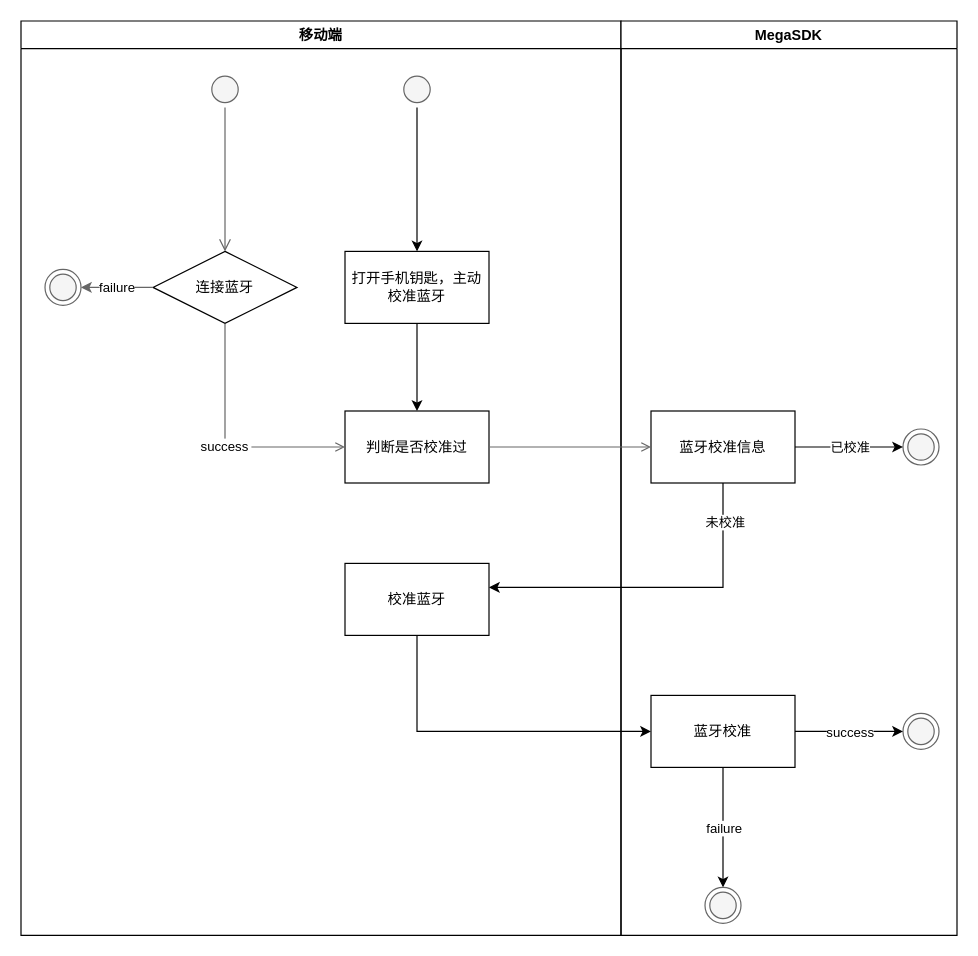
Earlier version of the draw.io diagram 蓝牙校准.drawio (liamxujia/diagrams). Source tidied: cells renumbered, new cells numbered last; positions are measured from the earlier drawing's top-left corner, leaving out a move shared by most shapes. Both pictures are drawn from the tidied source at 120%, with x=0, y=0 at pixel (20, 20).
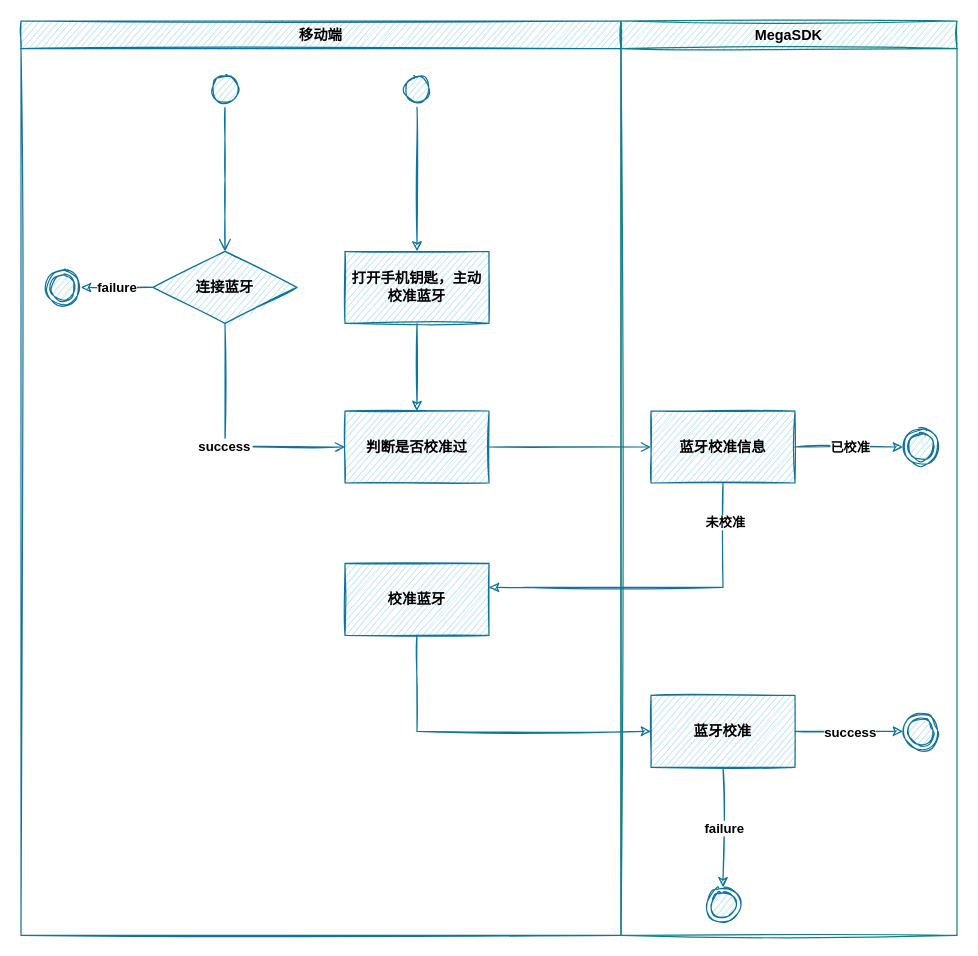
After the change.

Commit message (it also covers changes not shown here):
更新蓝牙校准.drawio

Change to the diagram source:
```diff
@@
-    <mxCell id="2" value="移动端" style="swimlane;whiteSpace=wrap;" parent="1" vertex="1">
+    <mxCell id="2" value="移动端" style="swimlane;whiteSpace=wrap;fontStyle=1;fillColor=#b1ddf0;strokeColor=#10739e;sketch=1;" parent="1" vertex="1">
       <mxGeometry width="500" height="762" as="geometry" />
     </mxCell>
-    <mxCell id="3" style="ellipse;shape=startState;fillColor=#f5f5f5;strokeColor=#666666;fontColor=#333333;" parent="2" vertex="1">
+    <mxCell id="3" style="ellipse;shape=startState;fillColor=#b1ddf0;strokeColor=#10739e;fontStyle=1;sketch=1;" parent="2" vertex="1">
       <mxGeometry x="155" y="42" width="30" height="30" as="geometry" />
     </mxCell>
-    <mxCell id="4" style="edgeStyle=elbowEdgeStyle;elbow=horizontal;verticalAlign=bottom;endArrow=open;endSize=8;strokeColor=#666666;endFill=1;rounded=0;entryX=0.5;entryY=0;entryDx=0;entryDy=0;fillColor=#f5f5f5;" parent="2" edge="1" source="3" target="7">
+    <mxCell id="4" style="edgeStyle=elbowEdgeStyle;elbow=horizontal;verticalAlign=bottom;endArrow=open;endSize=8;strokeColor=#10739e;endFill=1;rounded=0;entryX=0.5;entryY=0;entryDx=0;entryDy=0;fillColor=#b1ddf0;fontStyle=1;sketch=1;" parent="2" edge="1" source="3" target="7">
       <mxGeometry x="100" y="40" as="geometry" />
     </mxCell>
-    <mxCell id="5" value="判断是否校准过" parent="2" vertex="1">
+    <mxCell id="5" value="判断是否校准过" style="fontStyle=1;fillColor=#b1ddf0;strokeColor=#10739e;sketch=1;" parent="2" vertex="1">
       <mxGeometry x="270" y="325" width="120" height="60" as="geometry" />
     </mxCell>
-    <mxCell id="6" value="success" style="endArrow=open;strokeColor=#666666;endFill=1;rounded=0;exitX=0.5;exitY=1;exitDx=0;exitDy=0;fillColor=#f5f5f5;" parent="2" edge="1" source="7" target="5">
+    <mxCell id="6" value="success" style="endArrow=open;strokeColor=#10739e;endFill=1;rounded=0;exitX=0.5;exitY=1;exitDx=0;exitDy=0;fillColor=#b1ddf0;fontStyle=1;sketch=1;" parent="2" edge="1" source="7" target="5">
       <mxGeometry relative="1" as="geometry">
         <Array as="points">
           <mxPoint x="170" y="355" />
         </Array>
       </mxGeometry>
     </mxCell>
-    <mxCell id="7" value="连接蓝牙" style="rhombus;whiteSpace=wrap;html=1;" parent="2" vertex="1">
+    <mxCell id="7" value="连接蓝牙" style="rhombus;whiteSpace=wrap;html=1;fontStyle=1;fillColor=#b1ddf0;strokeColor=#10739e;sketch=1;" parent="2" vertex="1">
       <mxGeometry x="110" y="192" width="120" height="60" as="geometry" />
     </mxCell>
-    <mxCell id="8" style="ellipse;shape=endState;fillColor=#f5f5f5;strokeColor=#666666;fontColor=#333333;" parent="2" vertex="1">
+    <mxCell id="8" style="ellipse;shape=endState;fillColor=#b1ddf0;strokeColor=#10739e;fontStyle=1;sketch=1;" parent="2" vertex="1">
       <mxGeometry x="20" y="207" width="30" height="30" as="geometry" />
     </mxCell>
-    <mxCell id="9" value="failure" style="edgeStyle=orthogonalEdgeStyle;rounded=0;jettySize=auto;html=1;fillColor=#f5f5f5;strokeColor=#666666;entryX=1;entryY=0.5;entryDx=0;entryDy=0;" parent="2" edge="1" source="7" target="8">
+    <mxCell id="9" value="failure" style="edgeStyle=orthogonalEdgeStyle;rounded=0;jettySize=auto;html=1;fillColor=#b1ddf0;strokeColor=#10739e;entryX=1;entryY=0.5;entryDx=0;entryDy=0;fontStyle=1;sketch=1;" parent="2" edge="1" source="7" target="8">
       <mxGeometry relative="1" as="geometry" />
     </mxCell>
-    <mxCell id="10" value="校准蓝牙" style="whiteSpace=wrap;html=1;" parent="2" vertex="1">
+    <mxCell id="10" value="校准蓝牙" style="whiteSpace=wrap;html=1;fontStyle=1;fillColor=#b1ddf0;strokeColor=#10739e;sketch=1;" parent="2" vertex="1">
       <mxGeometry x="270" y="452" width="120" height="60" as="geometry" />
     </mxCell>
-    <mxCell id="11" style="edgeStyle=orthogonalEdgeStyle;rounded=0;jettySize=auto;html=1;exitX=0.5;exitY=1;exitDx=0;exitDy=0;entryX=0.5;entryY=0;entryDx=0;entryDy=0;" parent="2" edge="1" source="12" target="5">
+    <mxCell id="11" style="edgeStyle=orthogonalEdgeStyle;rounded=0;jettySize=auto;html=1;exitX=0.5;exitY=1;exitDx=0;exitDy=0;entryX=0.5;entryY=0;entryDx=0;entryDy=0;fontStyle=1;fillColor=#b1ddf0;strokeColor=#10739e;sketch=1;" parent="2" edge="1" source="12" target="5">
       <mxGeometry relative="1" as="geometry" />
     </mxCell>
-    <mxCell id="12" value="打开手机钥匙，主动校准蓝牙" style="whiteSpace=wrap;html=1;" parent="2" vertex="1">
+    <mxCell id="12" value="打开手机钥匙，主动校准蓝牙" style="whiteSpace=wrap;html=1;fontStyle=1;fillColor=#b1ddf0;strokeColor=#10739e;sketch=1;" parent="2" vertex="1">
       <mxGeometry x="270" y="192" width="120" height="60" as="geometry" />
     </mxCell>
-    <mxCell id="13" style="edgeStyle=orthogonalEdgeStyle;rounded=0;jettySize=auto;html=1;exitX=0.5;exitY=1;exitDx=0;exitDy=0;entryX=0.5;entryY=0;entryDx=0;entryDy=0;" parent="2" edge="1" source="14" target="12">
+    <mxCell id="13" style="edgeStyle=orthogonalEdgeStyle;rounded=0;jettySize=auto;html=1;exitX=0.5;exitY=1;exitDx=0;exitDy=0;entryX=0.5;entryY=0;entryDx=0;entryDy=0;fontStyle=1;fillColor=#b1ddf0;strokeColor=#10739e;sketch=1;" parent="2" edge="1" source="14" target="12">
       <mxGeometry relative="1" as="geometry" />
     </mxCell>
-    <mxCell id="14" style="ellipse;shape=startState;fillColor=#f5f5f5;strokeColor=#666666;fontColor=#333333;" parent="2" vertex="1">
+    <mxCell id="14" style="ellipse;shape=startState;fillColor=#b1ddf0;strokeColor=#10739e;fontStyle=1;sketch=1;" parent="2" vertex="1">
       <mxGeometry x="315" y="42" width="30" height="30" as="geometry" />
     </mxCell>
-    <mxCell id="15" value="MegaSDK" style="swimlane;whiteSpace=wrap;" parent="1" vertex="1">
+    <mxCell id="15" value="MegaSDK" style="swimlane;whiteSpace=wrap;fontStyle=1;fillColor=#b0e3e6;strokeColor=#0e8088;sketch=1;" parent="1" vertex="1">
       <mxGeometry x="500" width="280" height="762" as="geometry" />
     </mxCell>
-    <mxCell id="16" value="蓝牙校准信息" style="direction=west;" parent="15" vertex="1">
+    <mxCell id="16" value="蓝牙校准信息" style="direction=west;fontStyle=1;fillColor=#b1ddf0;strokeColor=#10739e;sketch=1;" parent="15" vertex="1">
       <mxGeometry x="25" y="325" width="120" height="60" as="geometry" />
     </mxCell>
-    <mxCell id="17" style="ellipse;shape=endState;fillColor=#f5f5f5;strokeColor=#666666;fontColor=#333333;" parent="15" vertex="1">
+    <mxCell id="17" style="ellipse;shape=endState;fillColor=#b1ddf0;strokeColor=#10739e;fontStyle=1;sketch=1;" parent="15" vertex="1">
       <mxGeometry x="235" y="340" width="30" height="30" as="geometry" />
     </mxCell>
-    <mxCell id="18" style="endArrow=classic;html=1;entryX=0;entryY=0.5;entryDx=0;entryDy=0;exitX=0;exitY=0.5;exitDx=0;exitDy=0;" parent="15" edge="1" source="16" target="17">
+    <mxCell id="18" style="endArrow=classic;html=1;entryX=0;entryY=0.5;entryDx=0;entryDy=0;exitX=0;exitY=0.5;exitDx=0;exitDy=0;fontStyle=1;fillColor=#b1ddf0;strokeColor=#10739e;sketch=1;" parent="15" edge="1" source="16" target="17">
       <mxGeometry relative="1" as="geometry" />
     </mxCell>
-    <mxCell id="19" value="已校准" style="edgeLabel;html=1;align=center;verticalAlign=middle;" parent="18" vertex="1">
+    <mxCell id="19" value="已校准" style="edgeLabel;html=1;align=center;verticalAlign=middle;fontStyle=1;" parent="18" vertex="1">
       <mxGeometry x="-0.01" relative="1" as="geometry" />
     </mxCell>
-    <mxCell id="20" value="蓝牙校准" style="whiteSpace=wrap;html=1;" parent="15" vertex="1">
+    <mxCell id="20" value="蓝牙校准" style="whiteSpace=wrap;html=1;fontStyle=1;sketch=1;fillColor=#b1ddf0;strokeColor=#10739e;" parent="15" vertex="1">
       <mxGeometry x="25" y="562" width="120" height="60" as="geometry" />
     </mxCell>
-    <mxCell id="21" style="ellipse;shape=endState;fillColor=#f5f5f5;strokeColor=#666666;fontColor=#333333;" parent="15" vertex="1">
+    <mxCell id="21" style="ellipse;shape=endState;fillColor=#b1ddf0;strokeColor=#10739e;fontStyle=1;sketch=1;" parent="15" vertex="1">
       <mxGeometry x="235" y="577" width="30" height="30" as="geometry" />
     </mxCell>
-    <mxCell id="22" style="endArrow=classic;html=1;exitX=1;exitY=0.5;exitDx=0;exitDy=0;" parent="15" edge="1" source="20">
+    <mxCell id="22" style="endArrow=classic;html=1;exitX=1;exitY=0.5;exitDx=0;exitDy=0;fontStyle=1;fillColor=#b1ddf0;strokeColor=#10739e;sketch=1;" parent="15" edge="1" source="20">
       <mxGeometry relative="1" as="geometry">
         <mxPoint x="235" y="592" as="targetPoint" />
       </mxGeometry>
     </mxCell>
-    <mxCell id="23" value="success" style="edgeLabel;html=1;align=center;verticalAlign=middle;" parent="22" vertex="1">
+    <mxCell id="23" value="success" style="edgeLabel;html=1;align=center;verticalAlign=middle;fontStyle=1;" parent="22" vertex="1">
       <mxGeometry x="-0.01" relative="1" as="geometry" />
     </mxCell>
-    <mxCell id="24" style="endArrow=classic;html=1;entryX=0.5;entryY=0;entryDx=0;entryDy=0;exitX=0.5;exitY=1;exitDx=0;exitDy=0;" parent="15" edge="1" source="20" target="26">
+    <mxCell id="24" style="endArrow=classic;html=1;entryX=0.5;entryY=0;entryDx=0;entryDy=0;exitX=0.5;exitY=1;exitDx=0;exitDy=0;fontStyle=1;fillColor=#b1ddf0;strokeColor=#10739e;sketch=1;" parent="15" edge="1" source="20" target="26">
       <mxGeometry relative="1" as="geometry" />
     </mxCell>
-    <mxCell id="25" value="failure" style="edgeLabel;html=1;align=center;verticalAlign=middle;" parent="24" vertex="1">
+    <mxCell id="25" value="failure" style="edgeLabel;html=1;align=center;verticalAlign=middle;fontStyle=1;" parent="24" vertex="1">
       <mxGeometry x="-0.01" relative="1" as="geometry" />
     </mxCell>
-    <mxCell id="26" style="ellipse;shape=endState;fillColor=#f5f5f5;strokeColor=#666666;fontColor=#333333;" parent="15" vertex="1">
+    <mxCell id="26" style="ellipse;shape=endState;fillColor=#b1ddf0;strokeColor=#10739e;fontStyle=1;sketch=1;" parent="15" vertex="1">
       <mxGeometry x="70" y="722" width="30" height="30" as="geometry" />
     </mxCell>
-    <mxCell id="27" style="endArrow=open;strokeColor=#666666;endFill=1;rounded=0;fillColor=#f5f5f5;" parent="1" edge="1" source="5" target="16">
+    <mxCell id="27" style="endArrow=open;strokeColor=#10739e;endFill=1;rounded=0;fillColor=#b1ddf0;fontStyle=1;sketch=1;" parent="1" edge="1" source="5" target="16">
       <mxGeometry relative="1" as="geometry" />
     </mxCell>
-    <mxCell id="28" style="edgeStyle=orthogonalEdgeStyle;rounded=0;jettySize=auto;html=1;" parent="1" edge="1" source="16" target="10">
+    <mxCell id="28" style="edgeStyle=orthogonalEdgeStyle;rounded=0;jettySize=auto;html=1;fontStyle=1;fillColor=#b1ddf0;strokeColor=#10739e;sketch=1;" parent="1" edge="1" source="16" target="10">
       <mxGeometry relative="1" as="geometry">
         <Array as="points">
           <mxPoint x="420" y="472" />
           <mxPoint x="310" y="472" />
         </Array>
       </mxGeometry>
     </mxCell>
-    <mxCell id="29" value="未校准" style="edgeLabel;html=1;align=center;verticalAlign=middle;" parent="28" vertex="1">
+    <mxCell id="29" value="未校准" style="edgeLabel;html=1;align=center;verticalAlign=middle;fontStyle=1;" parent="28" vertex="1">
       <mxGeometry x="-0.77" y="1" relative="1" as="geometry" />
     </mxCell>
-    <mxCell id="30" style="edgeStyle=orthogonalEdgeStyle;rounded=0;jettySize=auto;html=1;" parent="1" edge="1" source="10" target="20">
+    <mxCell id="30" style="edgeStyle=orthogonalEdgeStyle;rounded=0;jettySize=auto;html=1;fontStyle=1;sketch=1;fillColor=#b1ddf0;strokeColor=#10739e;" parent="1" edge="1" source="10" target="20">
       <mxGeometry relative="1" as="geometry">
         <Array as="points">
           <mxPoint x="330" y="592" />
         </Array>
       </mxGeometry>
     </mxCell>
```
